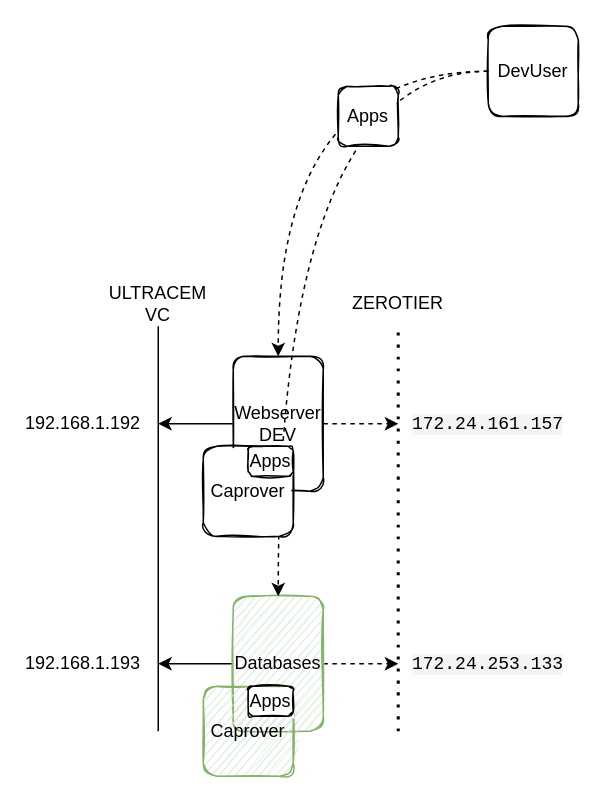
Above: page "Página-1" (1 of 2) of Documentacion/Esquema de Red.drawio in mscoldev/ultrabox-api (draw.io), before the change. Source tidied: cells renumbered, new cells numbered last; positions are measured from the earlier drawing's top-left corner, leaving out a move shared by most shapes. Both pictures are drawn from the tidied source at 150%, with x=0, y=0 at pixel (38, 26).
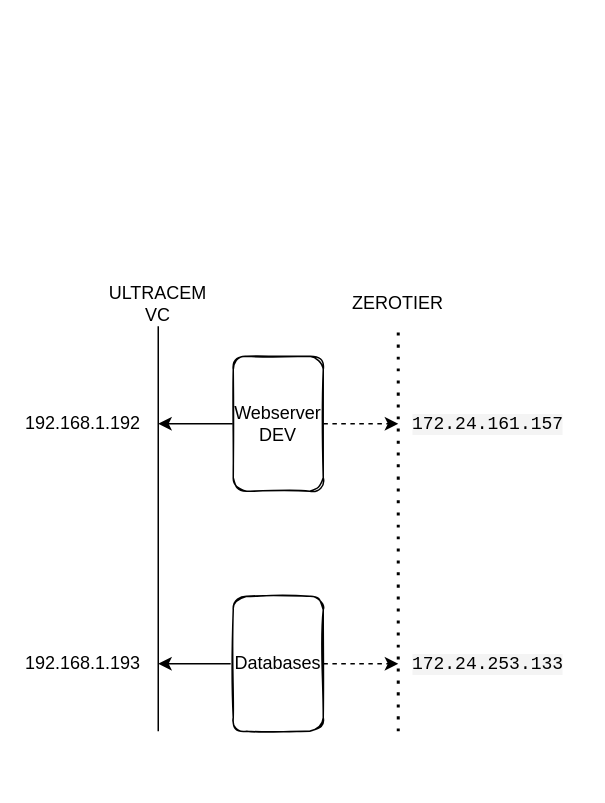
Above is the later version.

Unchanged cells that the change refers to:
```xml
<mxCell id="4" value="Webserver&lt;br&gt;DEV" style="rounded=1;whiteSpace=wrap;html=1;sketch=1;" parent="1" vertex="1">
  <mxGeometry x="130" y="220" width="60" height="90" as="geometry" />
</mxCell>
```

What changed in the source:
```diff
@@
-    <mxCell id="7" value="Databases" style="rounded=1;whiteSpace=wrap;html=1;sketch=1;fillColor=#d5e8d4;strokeColor=#82b366;" parent="1" vertex="1">
+    <mxCell id="7" value="Databases" style="rounded=1;whiteSpace=wrap;html=1;sketch=1;" parent="1" vertex="1">
       <mxGeometry x="130" y="380" width="60" height="90" as="geometry" />
     </mxCell>
@@
-    <mxCell id="16" style="edgeStyle=orthogonalEdgeStyle;curved=1;jettySize=auto;html=1;dashed=1;" parent="1" edge="1" source="18" target="4">
-      <mxGeometry relative="1" as="geometry" />
-    </mxCell>
-    <mxCell id="17" style="edgeStyle=orthogonalEdgeStyle;curved=1;jettySize=auto;html=1;dashed=1;" parent="1" edge="1" source="18" target="7">
-      <mxGeometry relative="1" as="geometry" />
-    </mxCell>
-    <mxCell id="18" value="DevUser" style="rounded=1;whiteSpace=wrap;html=1;sketch=1;" parent="1" vertex="1">
-      <mxGeometry x="300" width="60" height="60" as="geometry" />
-    </mxCell>
-    <mxCell id="19" value="Apps" style="rounded=1;whiteSpace=wrap;html=1;sketch=1;" parent="1" vertex="1">
-      <mxGeometry x="200" y="40" width="40" height="40" as="geometry" />
-    </mxCell>
-    <mxCell id="20" value="Caprover" style="rounded=1;whiteSpace=wrap;html=1;sketch=1;" parent="1" vertex="1">
-      <mxGeometry x="110" y="280" width="60" height="60" as="geometry" />
-    </mxCell>
-    <mxCell id="21" value="Caprover" style="rounded=1;whiteSpace=wrap;html=1;sketch=1;fillColor=#d5e8d4;strokeColor=#82b366;" parent="1" vertex="1">
-      <mxGeometry x="110" y="440" width="60" height="60" as="geometry" />
-    </mxCell>
-    <mxCell id="22" value="Apps" style="rounded=1;whiteSpace=wrap;html=1;sketch=1;" parent="1" vertex="1">
-      <mxGeometry x="140" y="280" width="30" height="20" as="geometry" />
-    </mxCell>
-    <mxCell id="23" value="Apps" style="rounded=1;whiteSpace=wrap;html=1;sketch=1;" parent="1" vertex="1">
-      <mxGeometry x="140" y="440" width="30" height="20" as="geometry" />
-    </mxCell>
```
